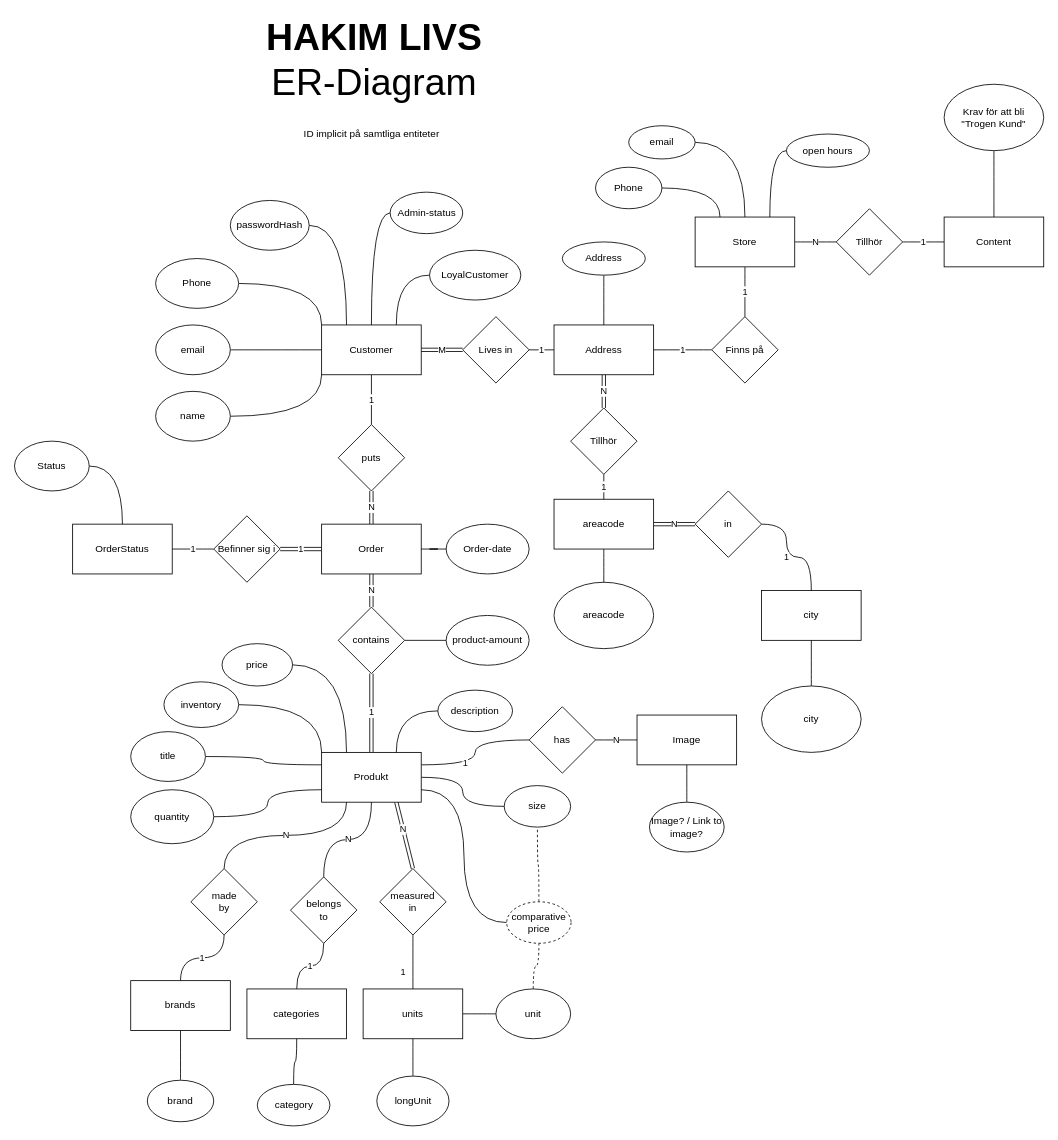
Earlier version of the draw.io diagram database/SQL-ERDiagram210406.drawio (JesperJansson86/WebshopHakimsLivs). Source tidied: cells renumbered, new cells numbered last; positions are measured from the earlier drawing's top-left corner, leaving out a move shared by most shapes. Both pictures are drawn from the tidied source at 83%, with x=0, y=0 at pixel (14, 34).
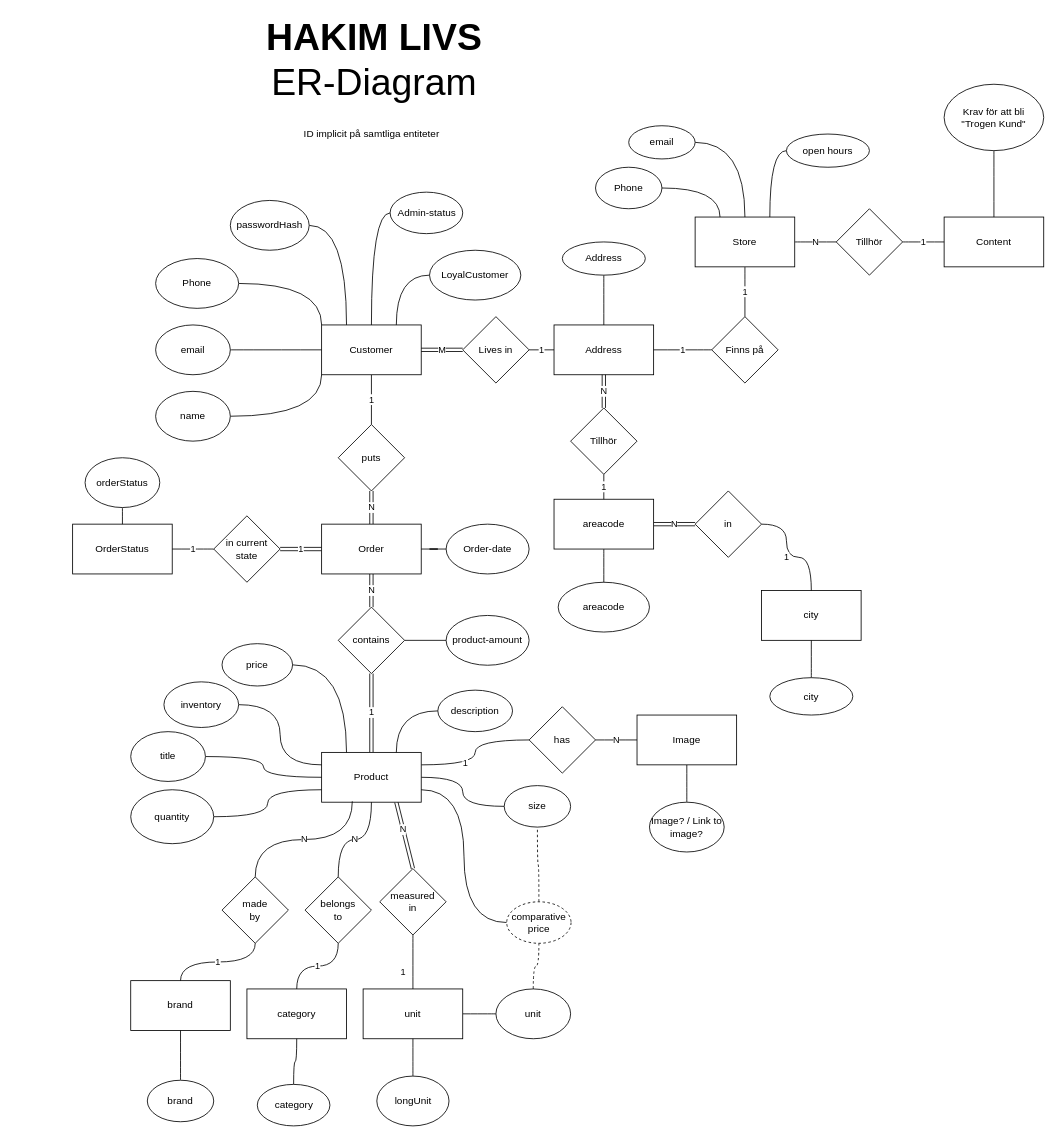
The same page after the edit.

Unchanged cells that the change refers to:
```xml
<mxCell id="22" value="inventory" style="ellipse;whiteSpace=wrap;html=1;" parent="1" vertex="1">
  <mxGeometry x="180" y="780" width="90" height="55" as="geometry" />
</mxCell>
<mxCell id="24" value="title" style="ellipse;whiteSpace=wrap;html=1;" parent="1" vertex="1">
  <mxGeometry x="140" y="840" width="90" height="60" as="geometry" />
</mxCell>
<mxCell id="60" value="OrderStatus" style="rounded=0;whiteSpace=wrap;html=1;" parent="1" vertex="1">
  <mxGeometry x="70" y="590" width="120" height="60" as="geometry" />
</mxCell>
```

What changed in the source:
```diff
@@
     <mxCell id="9" value="areacode" style="ellipse;whiteSpace=wrap;html=1;" parent="1" vertex="1">
-      <mxGeometry x="650" y="660" width="120" height="80" as="geometry" />
+      <mxGeometry x="655" y="660" width="110" height="60" as="geometry" />
     </mxCell>
@@
-    <mxCell id="18" value="Produkt" style="rounded=0;whiteSpace=wrap;html=1;" parent="1" vertex="1">
+    <mxCell id="18" value="Product" style="rounded=0;whiteSpace=wrap;html=1;" parent="1" vertex="1">
       <mxGeometry x="370" y="865" width="120" height="60" as="geometry" />
     </mxCell>
@@
-    <mxCell id="21" style="edgeStyle=orthogonalEdgeStyle;curved=1;rounded=0;jettySize=auto;html=1;startArrow=none;startFill=0;endArrow=none;endFill=0;entryX=0;entryY=0;entryDx=0;entryDy=0;" parent="1" edge="1" source="22" target="18">
+    <mxCell id="21" style="edgeStyle=orthogonalEdgeStyle;curved=1;rounded=0;jettySize=auto;html=1;startArrow=none;startFill=0;endArrow=none;endFill=0;entryX=0;entryY=0.25;entryDx=0;entryDy=0;" parent="1" edge="1" source="22" target="18">
       <mxGeometry relative="1" as="geometry" />
     </mxCell>
@@
-    <mxCell id="23" style="edgeStyle=orthogonalEdgeStyle;rounded=0;jettySize=auto;html=1;exitX=1;exitY=0.5;exitDx=0;exitDy=0;endArrow=none;endFill=0;curved=1;entryX=0;entryY=0.25;entryDx=0;entryDy=0;" parent="1" edge="1" source="24" target="18">
+    <mxCell id="23" style="edgeStyle=orthogonalEdgeStyle;rounded=0;jettySize=auto;html=1;exitX=1;exitY=0.5;exitDx=0;exitDy=0;endArrow=none;endFill=0;curved=1;entryX=0;entryY=0.5;entryDx=0;entryDy=0;" parent="1" edge="1" source="24" target="18">
       <mxGeometry relative="1" as="geometry" />
     </mxCell>
@@
-    <mxCell id="39" value="categories" style="rounded=0;whiteSpace=wrap;html=1;" parent="1" vertex="1">
+    <mxCell id="39" value="category" style="rounded=0;whiteSpace=wrap;html=1;" parent="1" vertex="1">
       <mxGeometry x="280" y="1150" width="120" height="60" as="geometry" />
     </mxCell>
@@
     <mxCell id="42" value="belongs&lt;br&gt;to" style="rhombus;whiteSpace=wrap;html=1;" parent="1" vertex="1">
-      <mxGeometry x="332.5" y="1015" width="80" height="80" as="geometry" />
+      <mxGeometry x="350" y="1015" width="80" height="80" as="geometry" />
     </mxCell>
@@
-    <mxCell id="46" value="units" style="rounded=0;whiteSpace=wrap;html=1;" parent="1" vertex="1">
+    <mxCell id="46" value="unit" style="rounded=0;whiteSpace=wrap;html=1;" parent="1" vertex="1">
       <mxGeometry x="420" y="1150" width="120" height="60" as="geometry" />
     </mxCell>
@@
-    <mxCell id="62" value="Befinner sig i" style="rhombus;whiteSpace=wrap;html=1;" parent="1" vertex="1">
+    <mxCell id="62" value="in current&lt;br&gt;state" style="rhombus;whiteSpace=wrap;html=1;" parent="1" vertex="1">
       <mxGeometry x="240" y="580" width="80" height="80" as="geometry" />
     </mxCell>
-    <mxCell id="63" style="edgeStyle=orthogonalEdgeStyle;curved=1;rounded=0;jettySize=auto;html=1;exitX=1;exitY=0.5;exitDx=0;exitDy=0;entryX=0.5;entryY=0;entryDx=0;entryDy=0;endArrow=none;endFill=0;" parent="1" edge="1" source="64" target="60">
+    <mxCell id="63" style="edgeStyle=orthogonalEdgeStyle;curved=1;rounded=0;jettySize=auto;html=1;exitX=0.5;exitY=1;exitDx=0;exitDy=0;entryX=0.5;entryY=0;entryDx=0;entryDy=0;endArrow=none;endFill=0;" parent="1" edge="1" source="64" target="60">
       <mxGeometry relative="1" as="geometry" />
     </mxCell>
-    <mxCell id="64" value="Status" style="ellipse;whiteSpace=wrap;html=1;" parent="1" vertex="1">
-      <mxGeometry y="490" width="90" height="60" as="geometry" />
+    <mxCell id="64" value="orderStatus" style="ellipse;whiteSpace=wrap;html=1;" parent="1" vertex="1">
+      <mxGeometry x="85" y="510" width="90" height="60" as="geometry" />
     </mxCell>
@@
     <mxCell id="76" value="city" style="ellipse;whiteSpace=wrap;html=1;" parent="1" vertex="1">
-      <mxGeometry x="900" y="785" width="120" height="80" as="geometry" />
+      <mxGeometry x="910" y="775" width="100" height="45" as="geometry" />
     </mxCell>
@@
-    <mxCell id="101" value="brands" style="rounded=0;whiteSpace=wrap;html=1;" parent="1" vertex="1">
+    <mxCell id="101" value="brand" style="rounded=0;whiteSpace=wrap;html=1;" parent="1" vertex="1">
       <mxGeometry x="140" y="1140" width="120" height="60" as="geometry" />
     </mxCell>
@@
-    <mxCell id="106" value="N" style="edgeStyle=orthogonalEdgeStyle;curved=1;rounded=0;jettySize=auto;html=1;exitX=0.5;exitY=0;exitDx=0;exitDy=0;entryX=0.25;entryY=1;entryDx=0;entryDy=0;endArrow=none;endFill=0;" parent="1" edge="1" source="108" target="18">
+    <mxCell id="106" value="N" style="edgeStyle=orthogonalEdgeStyle;curved=1;rounded=0;jettySize=auto;html=1;exitX=0.5;exitY=0;exitDx=0;exitDy=0;entryX=0.308;entryY=0.983;entryDx=0;entryDy=0;endArrow=none;endFill=0;entryPerimeter=0;" parent="1" edge="1" source="108" target="18">
       <mxGeometry relative="1" as="geometry" />
     </mxCell>
@@
     <mxCell id="108" value="made&lt;br&gt;by" style="rhombus;whiteSpace=wrap;html=1;" parent="1" vertex="1">
-      <mxGeometry x="212.5" y="1005" width="80" height="80" as="geometry" />
+      <mxGeometry x="250" y="1015" width="80" height="80" as="geometry" />
     </mxCell>
```
